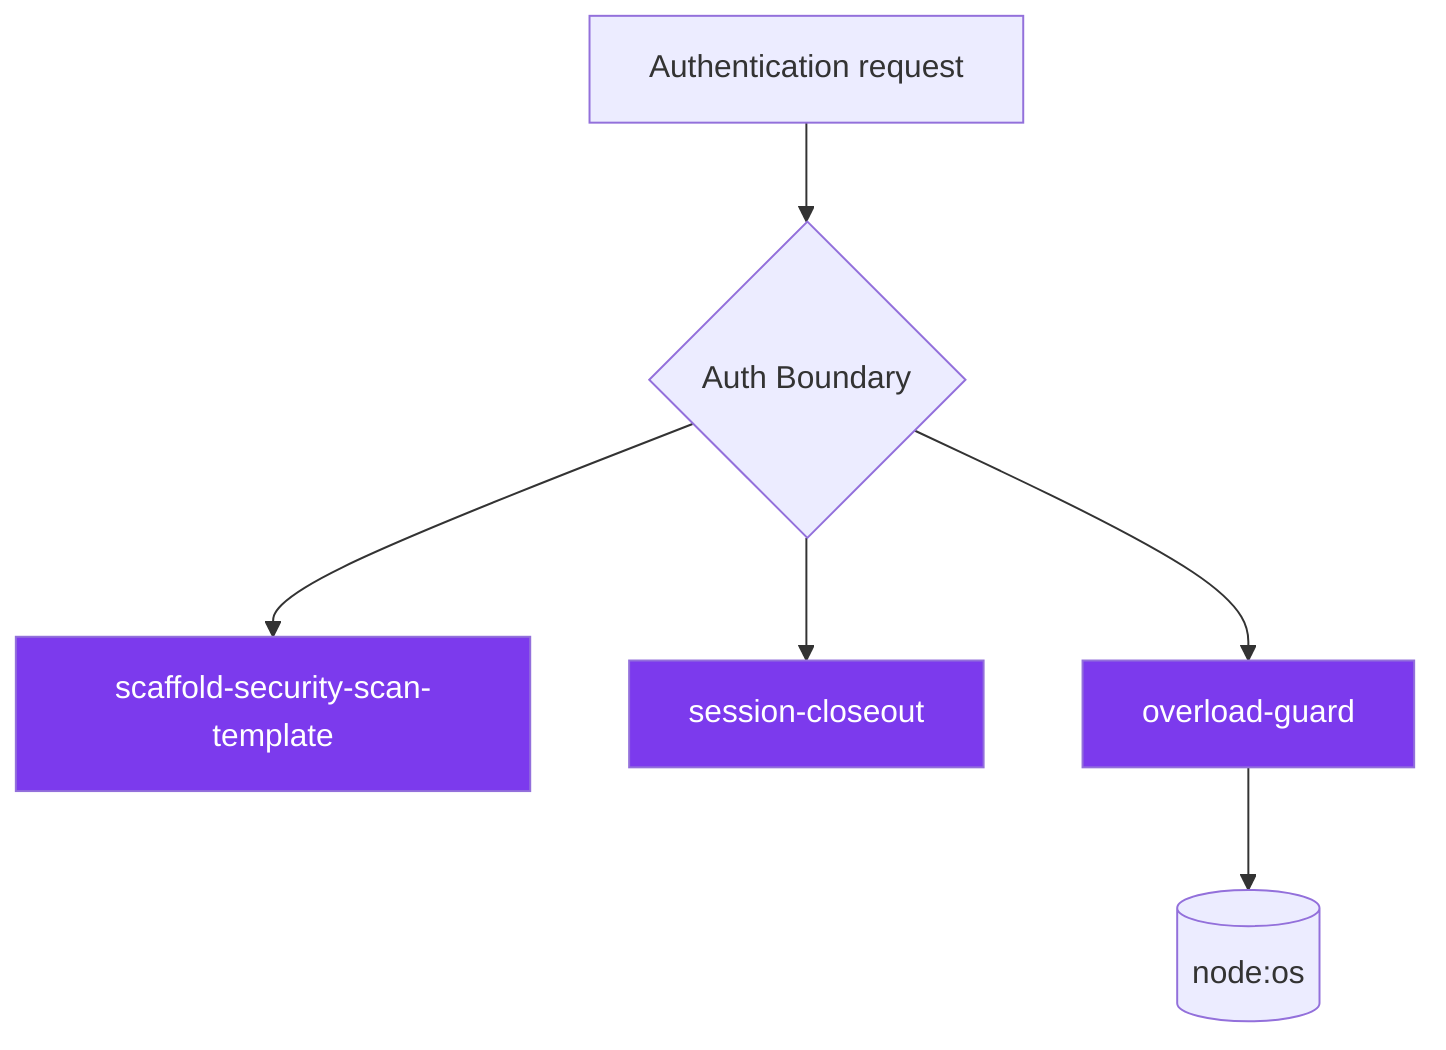
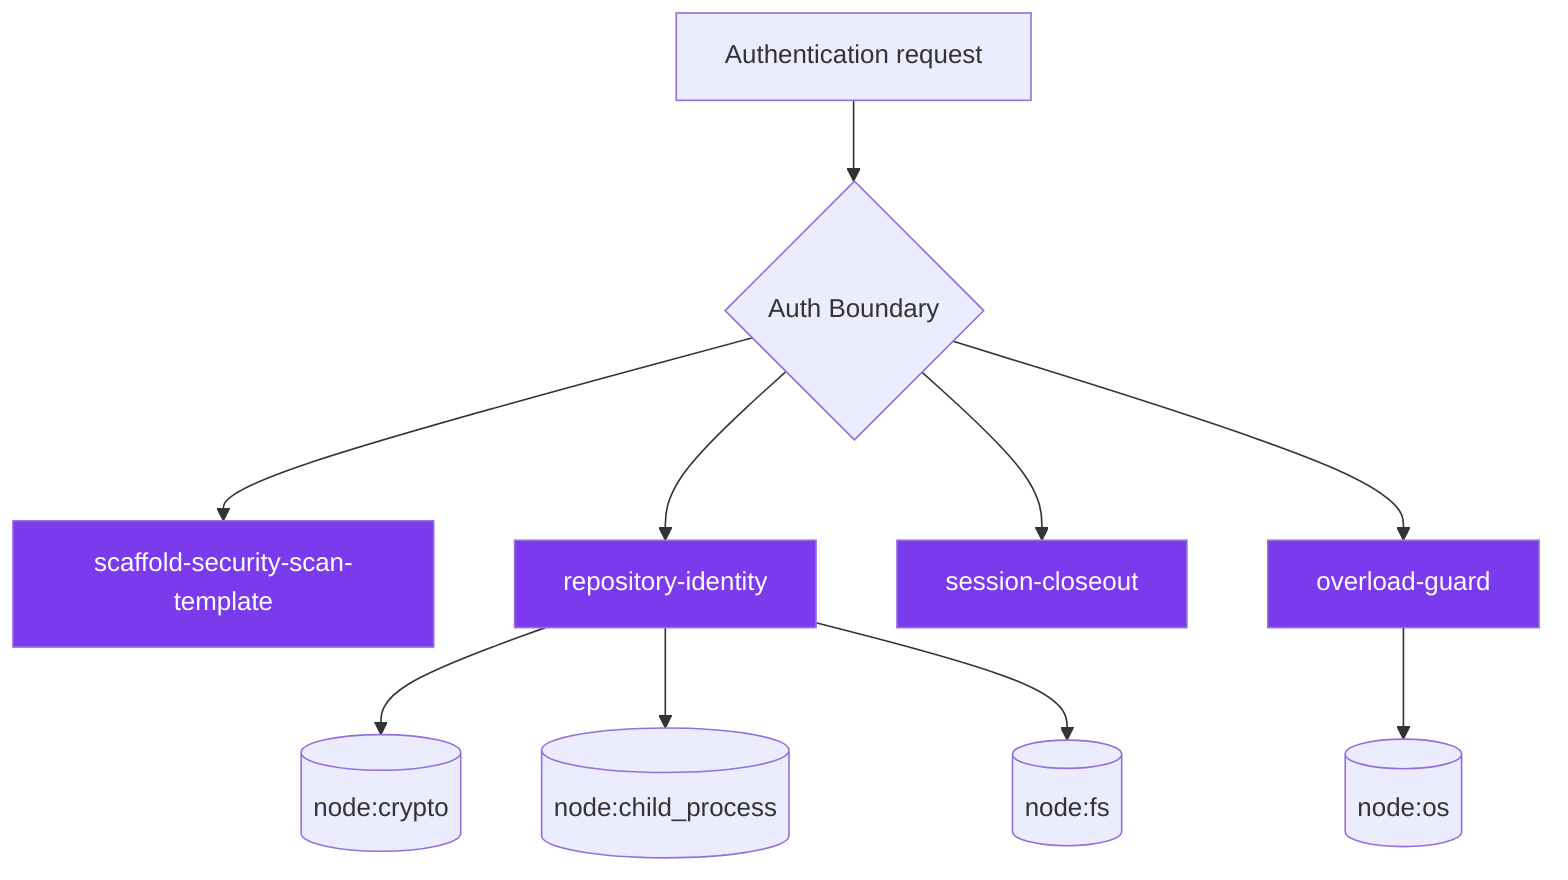
flowchart TD
  Request["Authentication request"]
  Boundary{"Auth Boundary"}
  Request --> Boundary
  scaffold_security_scan_template_55bc7465["scaffold-security-scan-template"]
  Boundary --> scaffold_security_scan_template_55bc7465
+   repository_identity_9dc13d37["repository-identity"]
+   Boundary --> repository_identity_9dc13d37
  session_closeout_f3efb270["session-closeout"]
  Boundary --> session_closeout_f3efb270
  overload_guard_2748c559["overload-guard"]
  Boundary --> overload_guard_2748c559
+   ext_node_crypto_879f6cbe[("node:crypto")]
+   ext_node_child_process_cb73900b[("node:child_process")]
+   ext_node_fs_df6b52af[("node:fs")]
  ext_node_os_e9717731[("node:os")]
+   repository_identity_9dc13d37 --> ext_node_crypto_879f6cbe
+   repository_identity_9dc13d37 --> ext_node_child_process_cb73900b
+   repository_identity_9dc13d37 --> ext_node_fs_df6b52af
  overload_guard_2748c559 --> ext_node_os_e9717731
  classDef authNode fill:#7c3aed,color:#fff
-   class scaffold_security_scan_template_55bc7465,session_closeout_f3efb270,overload_guard_2748c559 authNode
+   class scaffold_security_scan_template_55bc7465,repository_identity_9dc13d37,session_closeout_f3efb270,overload_guard_2748c559 authNode
